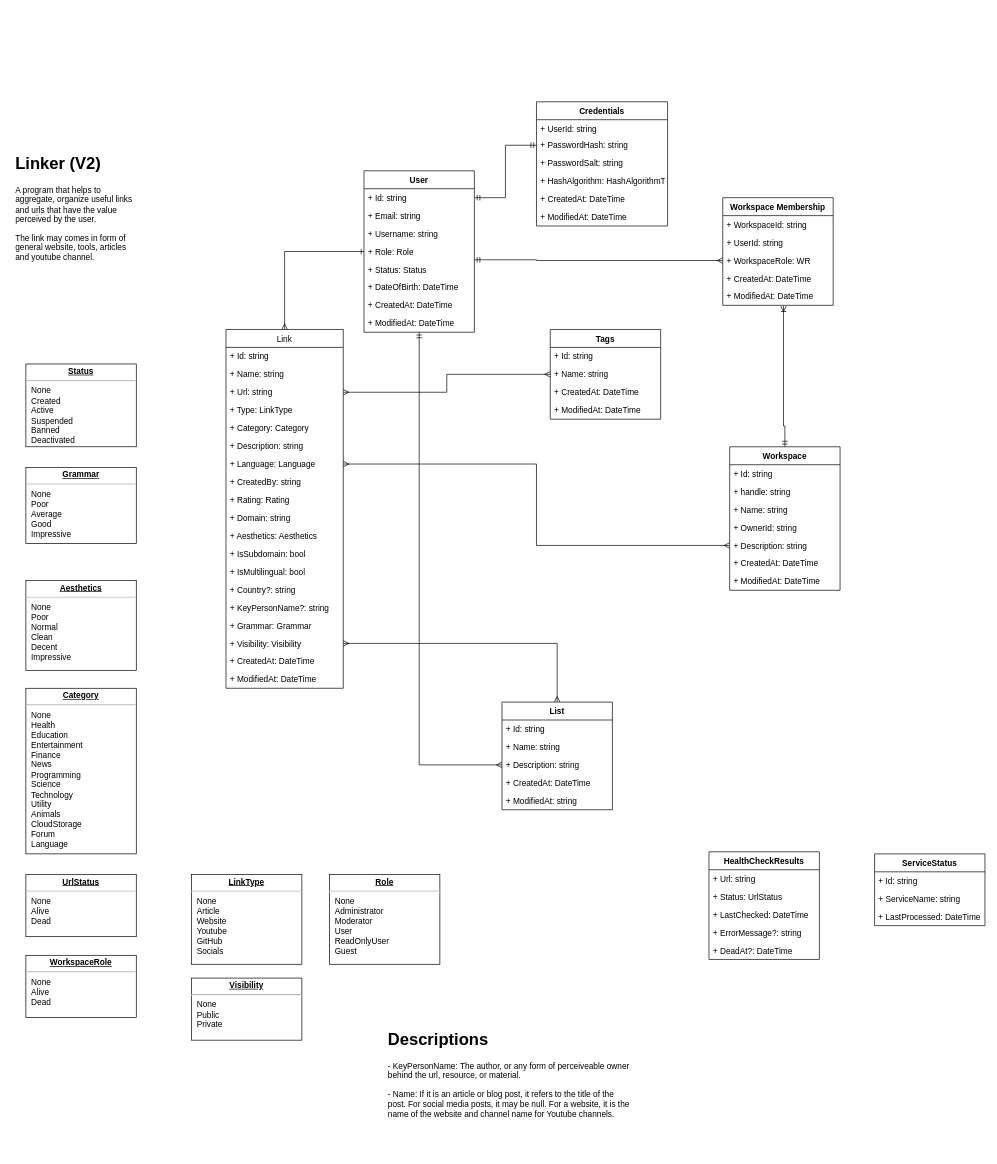
Earlier version of the draw.io diagram page "V2 Class Diagram" (5 of 5) of docs/Linker.drawio (data-miner00/Linker). Source tidied: cells renumbered, new cells numbered last; positions are measured from the earlier drawing's top-left corner, leaving out a move shared by most shapes. Both pictures are drawn from the tidied source at 69%, with x=0, y=0 at pixel (12, 101).
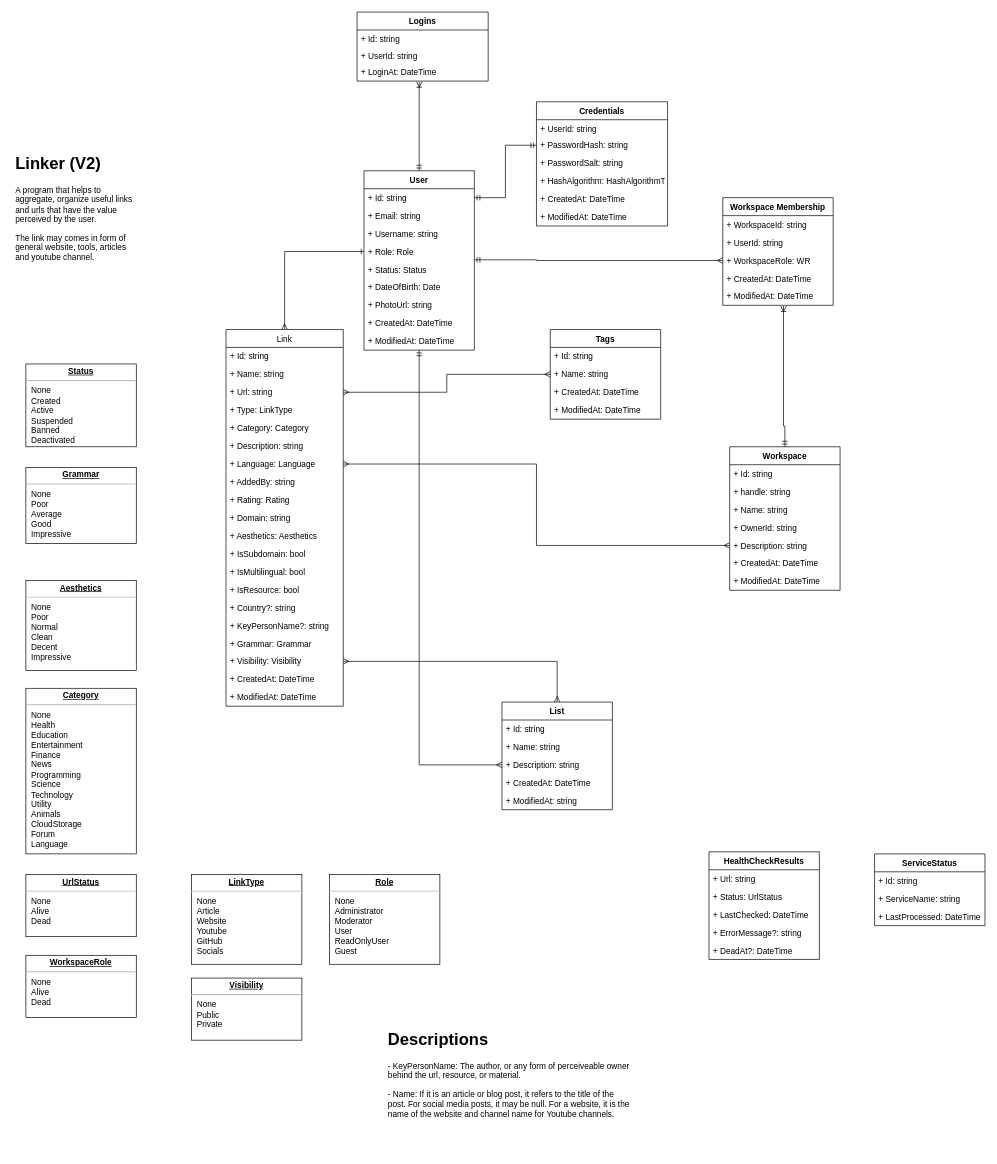
The same page after the edit.

Commit message:
docs: Add login table

Diff of the diagram source:
```diff
@@
     <mxCell id="2" value="Link" style="swimlane;fontStyle=0;horizontal=1;startSize=26;fillColor=none;" parent="1" vertex="1">
-      <mxGeometry x="310" y="330" width="170" height="520" as="geometry" />
+      <mxGeometry x="310" y="330" width="170" height="546" as="geometry" />
     </mxCell>
@@
-    <mxCell id="10" value="+ CreatedBy: string" style="text;strokeColor=none;fillColor=none;align=left;verticalAlign=top;spacingLeft=4;spacingRight=4;overflow=hidden;" parent="2" vertex="1">
+    <mxCell id="10" value="+ AddedBy: string" style="text;strokeColor=none;fillColor=none;align=left;verticalAlign=top;spacingLeft=4;spacingRight=4;overflow=hidden;" parent="2" vertex="1">
       <mxGeometry y="208" width="170" height="26" as="geometry" />
     </mxCell>
@@
+    <mxCell id="92" value="+ IsResource: bool" style="text;strokeColor=none;fillColor=none;align=left;verticalAlign=top;spacingLeft=4;spacingRight=4;overflow=hidden;" parent="2" vertex="1">
+      <mxGeometry y="364" width="170" height="26" as="geometry" />
+    </mxCell>
     <mxCell id="16" value="+ Country?: string" style="text;strokeColor=none;fillColor=none;align=left;verticalAlign=top;spacingLeft=4;spacingRight=4;overflow=hidden;" parent="2" vertex="1">
-      <mxGeometry y="364" width="170" height="26" as="geometry" />
+      <mxGeometry y="390" width="170" height="26" as="geometry" />
     </mxCell>
     <mxCell id="17" value="+ KeyPersonName?: string" style="text;strokeColor=none;fillColor=none;align=left;verticalAlign=top;spacingLeft=4;spacingRight=4;overflow=hidden;" parent="2" vertex="1">
-      <mxGeometry y="390" width="170" height="26" as="geometry" />
+      <mxGeometry y="416" width="170" height="26" as="geometry" />
     </mxCell>
     <mxCell id="18" value="+ Grammar: Grammar" style="text;strokeColor=none;fillColor=none;align=left;verticalAlign=top;spacingLeft=4;spacingRight=4;overflow=hidden;" parent="2" vertex="1">
-      <mxGeometry y="416" width="170" height="26" as="geometry" />
+      <mxGeometry y="442" width="170" height="26" as="geometry" />
     </mxCell>
     <mxCell id="19" value="+ Visibility: Visibility" style="text;strokeColor=none;fillColor=none;align=left;verticalAlign=top;spacingLeft=4;spacingRight=4;overflow=hidden;points=[[0,0.5],[1,0.5]];portConstraint=eastwest;" parent="2" vertex="1">
-      <mxGeometry y="442" width="170" height="26" as="geometry" />
+      <mxGeometry y="468" width="170" height="26" as="geometry" />
     </mxCell>
     <mxCell id="20" value="+ CreatedAt: DateTime" style="text;strokeColor=none;fillColor=none;align=left;verticalAlign=top;spacingLeft=4;spacingRight=4;overflow=hidden;" parent="2" vertex="1">
-      <mxGeometry y="468" width="170" height="26" as="geometry" />
+      <mxGeometry y="494" width="170" height="26" as="geometry" />
     </mxCell>
     <mxCell id="21" value="+ ModifiedAt: DateTime" style="text;strokeColor=none;fillColor=none;align=left;verticalAlign=top;spacingLeft=4;spacingRight=4;overflow=hidden;" parent="2" vertex="1">
-      <mxGeometry y="494" width="170" height="26" as="geometry" />
+      <mxGeometry y="520" width="170" height="26" as="geometry" />
     </mxCell>
@@
+    <mxCell id="93" style="edgeStyle=orthogonalEdgeStyle;rounded=0;jettySize=auto;html=1;entryX=0.474;entryY=1.038;entryDx=0;entryDy=0;entryPerimeter=0;endArrow=ERoneToMany;endFill=0;startArrow=ERmandOne;startFill=0;" parent="1" edge="1" source="27" target="98">
+      <mxGeometry relative="1" as="geometry" />
+    </mxCell>
     <mxCell id="27" value="User" style="swimlane;fontStyle=1;align=center;verticalAlign=top;horizontal=1;startSize=26;" parent="1" vertex="1">
-      <mxGeometry x="510" y="100" width="160" height="234" as="geometry" />
+      <mxGeometry x="510" y="100" width="160" height="260" as="geometry" />
     </mxCell>
@@
+    <mxCell id="94" value="+ DateOfBirth: Date" style="text;strokeColor=none;fillColor=none;align=left;verticalAlign=top;spacingLeft=4;spacingRight=4;overflow=hidden;" parent="27" vertex="1">
+      <mxGeometry y="156" width="160" height="26" as="geometry" />
+    </mxCell>
-    <mxCell id="33" value="+ DateOfBirth: DateTime" style="text;strokeColor=none;fillColor=none;align=left;verticalAlign=top;spacingLeft=4;spacingRight=4;overflow=hidden;" parent="27" vertex="1">
-      <mxGeometry y="156" width="160" height="26" as="geometry" />
+    <mxCell id="33" value="+ PhotoUrl: string" style="text;strokeColor=none;fillColor=none;align=left;verticalAlign=top;spacingLeft=4;spacingRight=4;overflow=hidden;" parent="27" vertex="1">
+      <mxGeometry y="182" width="160" height="26" as="geometry" />
     </mxCell>
     <mxCell id="34" value="+ CreatedAt: DateTime" style="text;strokeColor=none;fillColor=none;align=left;verticalAlign=top;spacingLeft=4;spacingRight=4;overflow=hidden;" parent="27" vertex="1">
-      <mxGeometry y="182" width="160" height="26" as="geometry" />
+      <mxGeometry y="208" width="160" height="26" as="geometry" />
     </mxCell>
     <mxCell id="35" value="+ ModifiedAt: DateTime" style="text;strokeColor=none;fillColor=none;align=left;verticalAlign=top;spacingLeft=4;spacingRight=4;overflow=hidden;" parent="27" vertex="1">
-      <mxGeometry y="208" width="160" height="26" as="geometry" />
+      <mxGeometry y="234" width="160" height="26" as="geometry" />
     </mxCell>
@@
+    <mxCell id="95" value="Logins" style="swimlane;fontStyle=1;align=center;verticalAlign=top;horizontal=1;startSize=26;" parent="1" vertex="1">
+      <mxGeometry x="500" y="-130" width="190" height="100" as="geometry" />
+    </mxCell>
+    <mxCell id="96" value="+ Id: string" style="text;strokeColor=none;fillColor=none;align=left;verticalAlign=top;spacingLeft=4;spacingRight=4;overflow=hidden;" parent="95" vertex="1">
+      <mxGeometry y="26" width="190" height="24" as="geometry" />
+    </mxCell>
+    <mxCell id="97" value="+ UserId: string" style="text;strokeColor=none;fillColor=none;align=left;verticalAlign=top;spacingLeft=4;spacingRight=4;overflow=hidden;" parent="95" vertex="1">
+      <mxGeometry y="50" width="190" height="24" as="geometry" />
+    </mxCell>
+    <mxCell id="98" value="+ LoginAt: DateTime" style="text;strokeColor=none;fillColor=none;align=left;verticalAlign=top;spacingLeft=4;spacingRight=4;overflow=hidden;points=[[0,0.5],[1,0.5]];portConstraint=eastwest;" parent="95" vertex="1">
+      <mxGeometry y="74" width="190" height="26" as="geometry" />
+    </mxCell>
```
